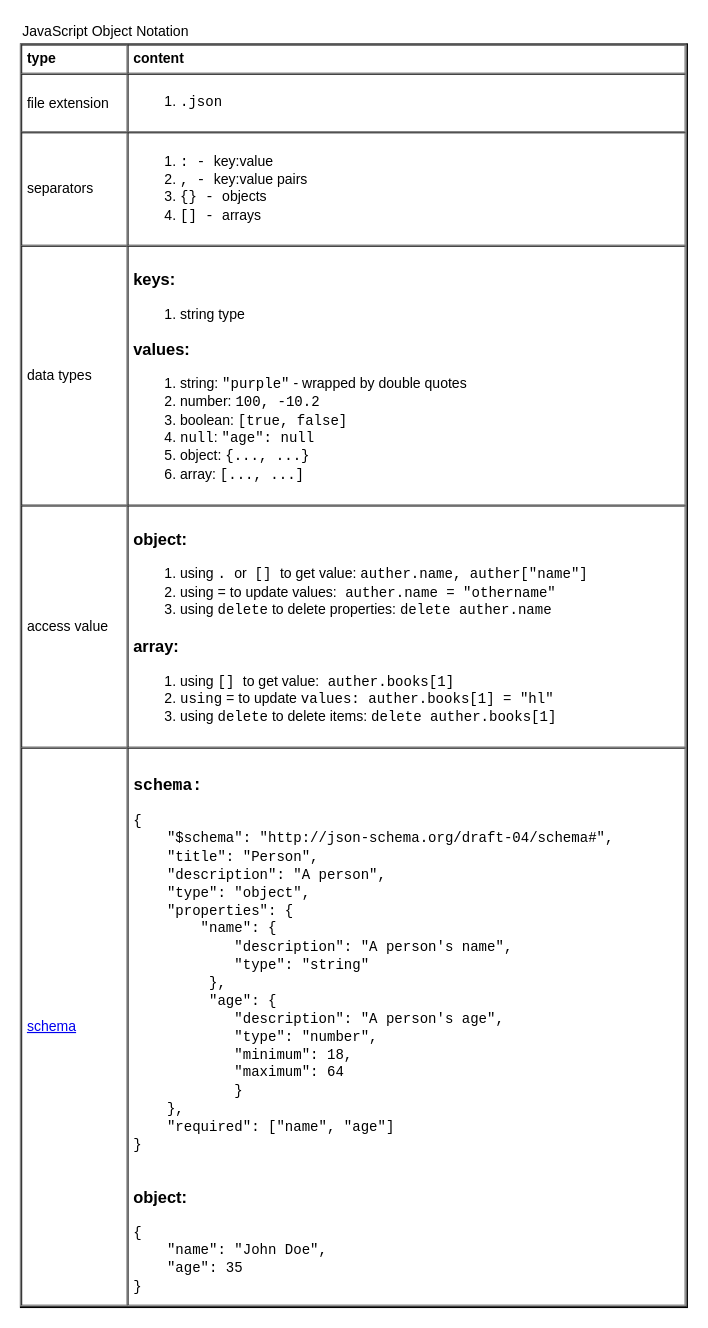
Above: page "json" (2 of 2) of languages/common/mkl.drawio in yangdj/tf_docs (draw.io), before the change. Source tidied: cells renumbered, new cells numbered last; positions are measured from the earlier drawing's top-left corner, leaving out a move shared by most shapes. Both pictures are drawn from the tidied source at 117%, with x=0, y=0 at pixel (20, 20).
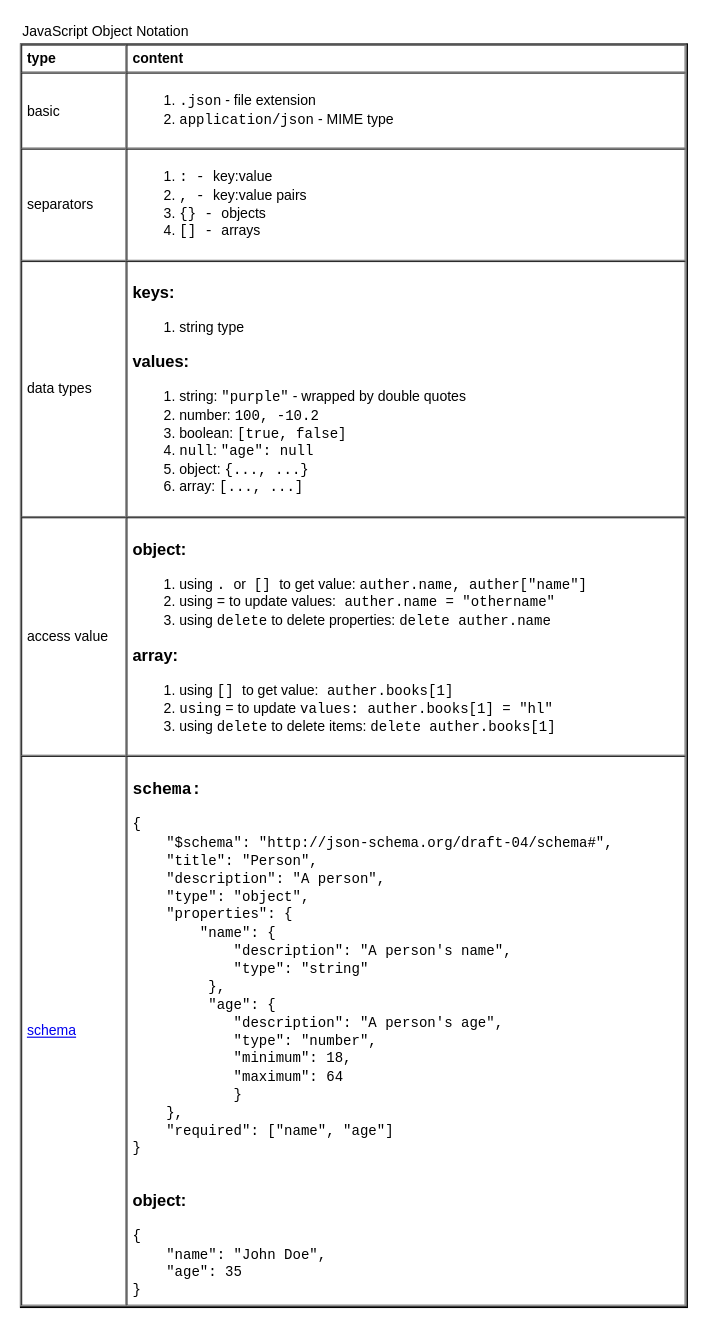
After the change.

Diff of the diagram source:
```diff
@@
 <mxGraphModel>
   <root>
     <mxCell id="0" />
     <mxCell id="1" parent="0" />
-    <mxCell id="2" value="&lt;table cellpadding=&quot;4&quot; cellspacing=&quot;0&quot; border=&quot;1&quot; style=&quot;font-size: 1em ; width: 100% ; height: 100%&quot;&gt;&lt;tbody&gt;&lt;tr&gt;&lt;th&gt;type&lt;/th&gt;&lt;th&gt;content&lt;/th&gt;&lt;/tr&gt;&lt;tr&gt;&lt;td&gt;file extension&lt;/td&gt;&lt;td&gt;&lt;ol&gt;&lt;li&gt;&lt;font face=&quot;Courier New&quot;&gt;.json&lt;/font&gt;&lt;/li&gt;&lt;/ol&gt;&lt;/td&gt;&lt;/tr&gt;&lt;tr&gt;&lt;td&gt;separators&lt;/td&gt;&lt;td&gt;&lt;ol&gt;&lt;li&gt;&lt;font face=&quot;Courier New&quot;&gt;: - &lt;/font&gt;key:value&lt;/li&gt;&lt;li&gt;&lt;font face=&quot;Courier New&quot;&gt;, - &lt;/font&gt;key:value pairs&lt;/li&gt;&lt;li&gt;&lt;font face=&quot;Courier New&quot;&gt;{} - &lt;/font&gt;objects&lt;/li&gt;&lt;li&gt;&lt;font face=&quot;Courier New&quot;&gt;[] - &lt;/font&gt;arrays&lt;/li&gt;&lt;/ol&gt;&lt;/td&gt;&lt;/tr&gt;&lt;tr&gt;&lt;td&gt;data types&lt;/td&gt;&lt;td&gt;&lt;h3&gt;keys:&lt;/h3&gt;&lt;div&gt;&lt;ol&gt;&lt;li&gt;string type&lt;/li&gt;&lt;/ol&gt;&lt;/div&gt;&lt;h3&gt;values:&lt;/h3&gt;&lt;ol&gt;&lt;li&gt;string: &lt;font face=&quot;Courier New&quot;&gt;&quot;purple&quot;&lt;/font&gt; - wrapped by double quotes&lt;/li&gt;&lt;li&gt;number: &lt;font face=&quot;Courier New&quot;&gt;100, -10.2&lt;/font&gt;&lt;/li&gt;&lt;li&gt;boolean: &lt;font face=&quot;Courier New&quot;&gt;[true, false]&lt;/font&gt;&lt;/li&gt;&lt;li&gt;&lt;font face=&quot;Courier New&quot;&gt;null&lt;/font&gt;: &lt;font face=&quot;Courier New&quot;&gt;&quot;age&quot;: null&lt;/font&gt;&lt;/li&gt;&lt;li&gt;object: &lt;font face=&quot;Courier New&quot;&gt;{..., ...}&lt;/font&gt;&lt;/li&gt;&lt;li&gt;array: &lt;font face=&quot;Courier New&quot;&gt;[..., ...]&lt;/font&gt;&lt;/li&gt;&lt;/ol&gt;&lt;/td&gt;&lt;/tr&gt;&lt;tr&gt;&lt;td&gt;access value&lt;/td&gt;&lt;td&gt;&lt;h3&gt;object:&lt;/h3&gt;&lt;ol&gt;&lt;li&gt;using &lt;font face=&quot;Courier New&quot;&gt;.&amp;nbsp;&lt;/font&gt;or&amp;nbsp;&amp;nbsp;&lt;font face=&quot;Courier New&quot;&gt;[] &lt;/font&gt;to get value: &lt;font face=&quot;Courier New&quot;&gt;auther.name, auther[&quot;name&quot;]&lt;/font&gt;&lt;/li&gt;&lt;li&gt;using &lt;font face=&quot;Courier New&quot;&gt;=&lt;/font&gt; to update values:&lt;font face=&quot;Courier New&quot;&gt; auther.name = &quot;othername&quot;&lt;/font&gt;&lt;/li&gt;&lt;li&gt;using &lt;font face=&quot;Courier New&quot;&gt;delete&lt;/font&gt;&amp;nbsp;to delete properties: &lt;font face=&quot;Courier New&quot;&gt;delete auther.name&lt;/font&gt;&lt;/li&gt;&lt;/ol&gt;&lt;h3&gt;array:&lt;/h3&gt;&lt;div&gt;&lt;ol&gt;&lt;li&gt;using &lt;font face=&quot;Courier New&quot;&gt;[] &lt;/font&gt;to get value:&lt;font face=&quot;Courier New&quot;&gt; auther.books[1]&lt;/font&gt;&lt;/li&gt;&lt;li&gt;&lt;font face=&quot;Courier New&quot;&gt;using&lt;/font&gt;&amp;nbsp;&lt;font face=&quot;Courier New&quot; style=&quot;font-family: &amp;#34;courier new&amp;#34;&quot;&gt;=&lt;/font&gt;&lt;span style=&quot;font-family: &amp;#34;helvetica&amp;#34;&quot;&gt;&amp;nbsp;to update&amp;nbsp;&lt;/span&gt;&lt;font face=&quot;Courier New&quot;&gt;values: auther.books[1] = &quot;hl&quot;&lt;/font&gt;&lt;/li&gt;&lt;li&gt;using&amp;nbsp;&lt;font face=&quot;Courier New&quot;&gt;delete&lt;/font&gt;&amp;nbsp;to delete items:&amp;nbsp;&lt;font face=&quot;Courier New&quot;&gt;delete auther.books[1]&lt;/font&gt;&lt;/li&gt;&lt;/ol&gt;&lt;/div&gt;&lt;/td&gt;&lt;/tr&gt;&lt;tr&gt;&lt;td&gt;&lt;a href=&quot;http://json-schema.org&quot;&gt;schema&lt;/a&gt;&lt;/td&gt;&lt;td&gt;&lt;h3&gt;&lt;font face=&quot;Courier New&quot;&gt;schema:&lt;/font&gt;&lt;/h3&gt;&lt;font face=&quot;Courier New&quot;&gt;{ &lt;br&gt;&amp;nbsp; &amp;nbsp; &quot;$schema&quot;: &quot;http://json-schema.org/draft-04/schema#&quot;, &lt;br&gt;&amp;nbsp; &amp;nbsp; &quot;title&quot;: &quot;Person&quot;, &lt;br&gt;&amp;nbsp; &amp;nbsp; &quot;description&quot;: &quot;A person&quot;, &lt;br&gt;&amp;nbsp; &amp;nbsp; &quot;type&quot;: &quot;object&quot;,&lt;br&gt;&amp;nbsp; &amp;nbsp; &quot;properties&quot;: { &lt;br&gt;&amp;nbsp; &amp;nbsp; &amp;nbsp; &amp;nbsp; &quot;name&quot;: { &lt;br&gt;&amp;nbsp; &amp;nbsp; &amp;nbsp; &amp;nbsp; &amp;nbsp; &amp;nbsp; &quot;description&quot;: &quot;A person's name&quot;, &lt;br&gt;&amp;nbsp; &amp;nbsp; &amp;nbsp; &amp;nbsp; &amp;nbsp; &amp;nbsp; &quot;type&quot;: &quot;string&quot; &lt;br&gt;&amp;nbsp; &amp;nbsp; &amp;nbsp; &amp;nbsp; &amp;nbsp;},&lt;br&gt;&amp;nbsp; &amp;nbsp; &amp;nbsp; &amp;nbsp; &amp;nbsp;&quot;age&quot;: {&lt;br&gt;&amp;nbsp; &amp;nbsp; &amp;nbsp; &amp;nbsp; &amp;nbsp; &amp;nbsp; &quot;description&quot;: &quot;A person's age&quot;,&lt;br&gt;&amp;nbsp; &amp;nbsp; &amp;nbsp; &amp;nbsp; &amp;nbsp; &amp;nbsp; &quot;type&quot;: &quot;number&quot;, &lt;br&gt;&amp;nbsp; &amp;nbsp; &amp;nbsp; &amp;nbsp; &amp;nbsp; &amp;nbsp; &quot;minimum&quot;: 18,&lt;br&gt;&amp;nbsp; &amp;nbsp; &amp;nbsp; &amp;nbsp; &amp;nbsp; &amp;nbsp; &quot;maximum&quot;: 64&lt;br&gt;&amp;nbsp; &amp;nbsp; &amp;nbsp; &amp;nbsp; &amp;nbsp; &amp;nbsp; } &lt;br&gt;&amp;nbsp; &amp;nbsp; },&lt;br&gt;&amp;nbsp; &amp;nbsp; &quot;required&quot;: [&quot;name&quot;, &quot;age&quot;]&lt;br&gt;}&lt;br&gt;&lt;/font&gt;&lt;br&gt;&lt;h3&gt;object:&lt;/h3&gt;&lt;div&gt;&lt;font face=&quot;Courier New&quot;&gt;{&lt;/font&gt;&lt;/div&gt;&lt;div&gt;&lt;font face=&quot;Courier New&quot;&gt;&amp;nbsp; &amp;nbsp; &quot;name&quot;: &quot;John Doe&quot;,&lt;/font&gt;&lt;/div&gt;&lt;div&gt;&lt;font face=&quot;Courier New&quot;&gt;&amp;nbsp; &amp;nbsp; &quot;age&quot;: 35&lt;/font&gt;&lt;/div&gt;&lt;div&gt;&lt;font face=&quot;Courier New&quot;&gt;}&lt;/font&gt;&lt;/div&gt;&lt;/td&gt;&lt;/tr&gt;&lt;/tbody&gt;&lt;/table&gt; " style="verticalAlign=top;align=left;overflow=fill;fontSize=12;fontFamily=Helvetica;html=1;" parent="1" vertex="1">
+    <mxCell id="2" value="&lt;table cellpadding=&quot;4&quot; cellspacing=&quot;0&quot; border=&quot;1&quot; style=&quot;font-size: 1em ; width: 100% ; height: 100%&quot;&gt;&lt;tbody&gt;&lt;tr&gt;&lt;th&gt;type&lt;/th&gt;&lt;th&gt;content&lt;/th&gt;&lt;/tr&gt;&lt;tr&gt;&lt;td&gt;basic&lt;/td&gt;&lt;td&gt;&lt;ol&gt;&lt;li&gt;&lt;font face=&quot;Courier New&quot;&gt;.json&lt;/font&gt; - file extension&lt;/li&gt;&lt;li&gt;&lt;font face=&quot;Courier New&quot;&gt;application/json&lt;/font&gt;&amp;nbsp;- MIME type&lt;br&gt;&lt;/li&gt;&lt;/ol&gt;&lt;/td&gt;&lt;/tr&gt;&lt;tr&gt;&lt;td&gt;separators&lt;/td&gt;&lt;td&gt;&lt;ol&gt;&lt;li&gt;&lt;font face=&quot;Courier New&quot;&gt;: - &lt;/font&gt;key:value&lt;/li&gt;&lt;li&gt;&lt;font face=&quot;Courier New&quot;&gt;, - &lt;/font&gt;key:value pairs&lt;/li&gt;&lt;li&gt;&lt;font face=&quot;Courier New&quot;&gt;{} - &lt;/font&gt;objects&lt;/li&gt;&lt;li&gt;&lt;font face=&quot;Courier New&quot;&gt;[] - &lt;/font&gt;arrays&lt;/li&gt;&lt;/ol&gt;&lt;/td&gt;&lt;/tr&gt;&lt;tr&gt;&lt;td&gt;data types&lt;/td&gt;&lt;td&gt;&lt;h3&gt;keys:&lt;/h3&gt;&lt;div&gt;&lt;ol&gt;&lt;li&gt;string type&lt;/li&gt;&lt;/ol&gt;&lt;/div&gt;&lt;h3&gt;values:&lt;/h3&gt;&lt;ol&gt;&lt;li&gt;string: &lt;font face=&quot;Courier New&quot;&gt;&quot;purple&quot;&lt;/font&gt; - wrapped by double quotes&lt;/li&gt;&lt;li&gt;number: &lt;font face=&quot;Courier New&quot;&gt;100, -10.2&lt;/font&gt;&lt;/li&gt;&lt;li&gt;boolean: &lt;font face=&quot;Courier New&quot;&gt;[true, false]&lt;/font&gt;&lt;/li&gt;&lt;li&gt;&lt;font face=&quot;Courier New&quot;&gt;null&lt;/font&gt;: &lt;font face=&quot;Courier New&quot;&gt;&quot;age&quot;: null&lt;/font&gt;&lt;/li&gt;&lt;li&gt;object: &lt;font face=&quot;Courier New&quot;&gt;{..., ...}&lt;/font&gt;&lt;/li&gt;&lt;li&gt;array: &lt;font face=&quot;Courier New&quot;&gt;[..., ...]&lt;/font&gt;&lt;/li&gt;&lt;/ol&gt;&lt;/td&gt;&lt;/tr&gt;&lt;tr&gt;&lt;td&gt;access value&lt;/td&gt;&lt;td&gt;&lt;h3&gt;object:&lt;/h3&gt;&lt;ol&gt;&lt;li&gt;using &lt;font face=&quot;Courier New&quot;&gt;.&amp;nbsp;&lt;/font&gt;or&amp;nbsp;&amp;nbsp;&lt;font face=&quot;Courier New&quot;&gt;[] &lt;/font&gt;to get value: &lt;font face=&quot;Courier New&quot;&gt;auther.name, auther[&quot;name&quot;]&lt;/font&gt;&lt;/li&gt;&lt;li&gt;using &lt;font face=&quot;Courier New&quot;&gt;=&lt;/font&gt; to update values:&lt;font face=&quot;Courier New&quot;&gt; auther.name = &quot;othername&quot;&lt;/font&gt;&lt;/li&gt;&lt;li&gt;using &lt;font face=&quot;Courier New&quot;&gt;delete&lt;/font&gt;&amp;nbsp;to delete properties: &lt;font face=&quot;Courier New&quot;&gt;delete auther.name&lt;/font&gt;&lt;/li&gt;&lt;/ol&gt;&lt;h3&gt;array:&lt;/h3&gt;&lt;div&gt;&lt;ol&gt;&lt;li&gt;using &lt;font face=&quot;Courier New&quot;&gt;[] &lt;/font&gt;to get value:&lt;font face=&quot;Courier New&quot;&gt; auther.books[1]&lt;/font&gt;&lt;/li&gt;&lt;li&gt;&lt;font face=&quot;Courier New&quot;&gt;using&lt;/font&gt;&amp;nbsp;&lt;font face=&quot;Courier New&quot; style=&quot;font-family: &amp;#34;courier new&amp;#34;&quot;&gt;=&lt;/font&gt;&lt;span style=&quot;font-family: &amp;#34;helvetica&amp;#34;&quot;&gt;&amp;nbsp;to update&amp;nbsp;&lt;/span&gt;&lt;font face=&quot;Courier New&quot;&gt;values: auther.books[1] = &quot;hl&quot;&lt;/font&gt;&lt;/li&gt;&lt;li&gt;using&amp;nbsp;&lt;font face=&quot;Courier New&quot;&gt;delete&lt;/font&gt;&amp;nbsp;to delete items:&amp;nbsp;&lt;font face=&quot;Courier New&quot;&gt;delete auther.books[1]&lt;/font&gt;&lt;/li&gt;&lt;/ol&gt;&lt;/div&gt;&lt;/td&gt;&lt;/tr&gt;&lt;tr&gt;&lt;td&gt;&lt;a href=&quot;http://json-schema.org&quot;&gt;schema&lt;/a&gt;&lt;/td&gt;&lt;td&gt;&lt;h3&gt;&lt;font face=&quot;Courier New&quot;&gt;schema:&lt;/font&gt;&lt;/h3&gt;&lt;font face=&quot;Courier New&quot;&gt;{ &lt;br&gt;&amp;nbsp; &amp;nbsp; &quot;$schema&quot;: &quot;http://json-schema.org/draft-04/schema#&quot;, &lt;br&gt;&amp;nbsp; &amp;nbsp; &quot;title&quot;: &quot;Person&quot;, &lt;br&gt;&amp;nbsp; &amp;nbsp; &quot;description&quot;: &quot;A person&quot;, &lt;br&gt;&amp;nbsp; &amp;nbsp; &quot;type&quot;: &quot;object&quot;,&lt;br&gt;&amp;nbsp; &amp;nbsp; &quot;properties&quot;: { &lt;br&gt;&amp;nbsp; &amp;nbsp; &amp;nbsp; &amp;nbsp; &quot;name&quot;: { &lt;br&gt;&amp;nbsp; &amp;nbsp; &amp;nbsp; &amp;nbsp; &amp;nbsp; &amp;nbsp; &quot;description&quot;: &quot;A person's name&quot;, &lt;br&gt;&amp;nbsp; &amp;nbsp; &amp;nbsp; &amp;nbsp; &amp;nbsp; &amp;nbsp; &quot;type&quot;: &quot;string&quot; &lt;br&gt;&amp;nbsp; &amp;nbsp; &amp;nbsp; &amp;nbsp; &amp;nbsp;},&lt;br&gt;&amp;nbsp; &amp;nbsp; &amp;nbsp; &amp;nbsp; &amp;nbsp;&quot;age&quot;: {&lt;br&gt;&amp;nbsp; &amp;nbsp; &amp;nbsp; &amp;nbsp; &amp;nbsp; &amp;nbsp; &quot;description&quot;: &quot;A person's age&quot;,&lt;br&gt;&amp;nbsp; &amp;nbsp; &amp;nbsp; &amp;nbsp; &amp;nbsp; &amp;nbsp; &quot;type&quot;: &quot;number&quot;, &lt;br&gt;&amp;nbsp; &amp;nbsp; &amp;nbsp; &amp;nbsp; &amp;nbsp; &amp;nbsp; &quot;minimum&quot;: 18,&lt;br&gt;&amp;nbsp; &amp;nbsp; &amp;nbsp; &amp;nbsp; &amp;nbsp; &amp;nbsp; &quot;maximum&quot;: 64&lt;br&gt;&amp;nbsp; &amp;nbsp; &amp;nbsp; &amp;nbsp; &amp;nbsp; &amp;nbsp; } &lt;br&gt;&amp;nbsp; &amp;nbsp; },&lt;br&gt;&amp;nbsp; &amp;nbsp; &quot;required&quot;: [&quot;name&quot;, &quot;age&quot;]&lt;br&gt;}&lt;br&gt;&lt;/font&gt;&lt;br&gt;&lt;h3&gt;object:&lt;/h3&gt;&lt;div&gt;&lt;font face=&quot;Courier New&quot;&gt;{&lt;/font&gt;&lt;/div&gt;&lt;div&gt;&lt;font face=&quot;Courier New&quot;&gt;&amp;nbsp; &amp;nbsp; &quot;name&quot;: &quot;John Doe&quot;,&lt;/font&gt;&lt;/div&gt;&lt;div&gt;&lt;font face=&quot;Courier New&quot;&gt;&amp;nbsp; &amp;nbsp; &quot;age&quot;: 35&lt;/font&gt;&lt;/div&gt;&lt;div&gt;&lt;font face=&quot;Courier New&quot;&gt;}&lt;/font&gt;&lt;/div&gt;&lt;/td&gt;&lt;/tr&gt;&lt;/tbody&gt;&lt;/table&gt; " style="verticalAlign=top;align=left;overflow=fill;fontSize=12;fontFamily=Helvetica;html=1;" parent="1" vertex="1">
       <mxGeometry y="20" width="570" height="1080" as="geometry" />
     </mxCell>
     <mxCell id="3" value="JavaScript Object Notation" style="text;html=1;align=left;verticalAlign=middle;" parent="1" vertex="1">
       <mxGeometry width="160" height="20" as="geometry" />
     </mxCell>
   </root>
 </mxGraphModel>
```
